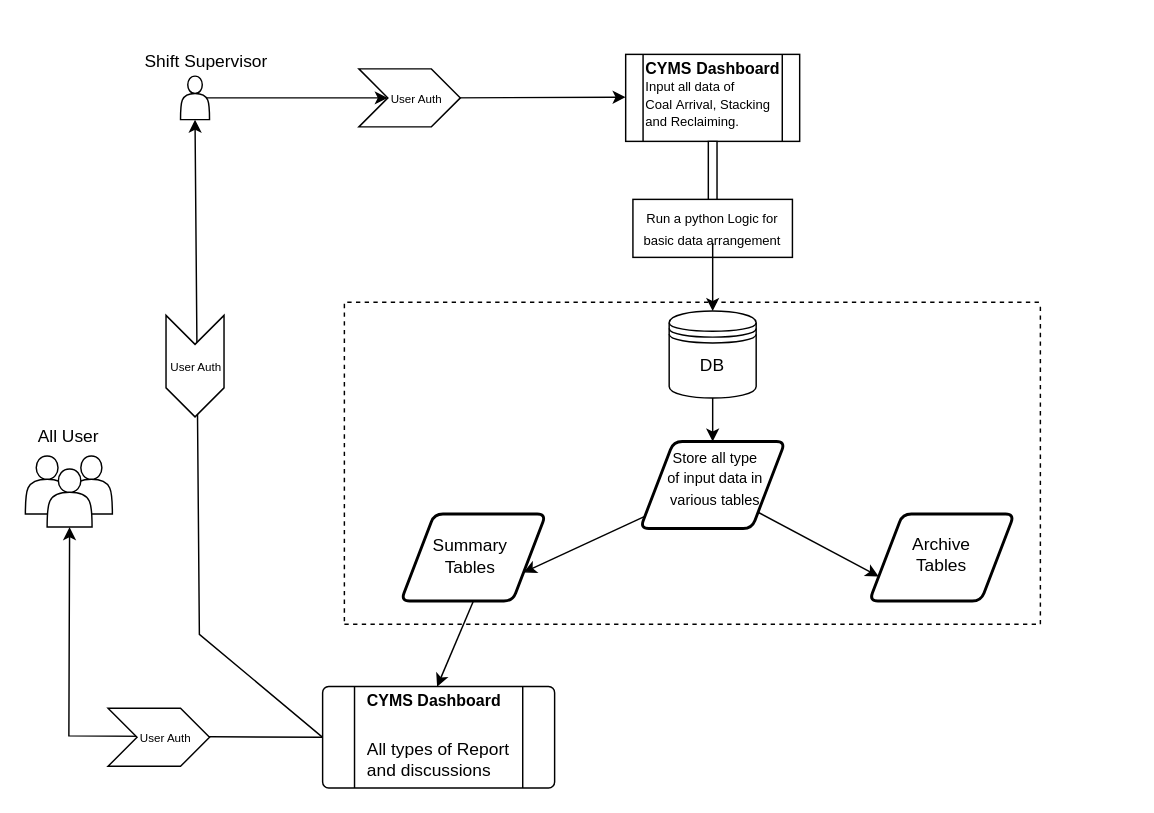
This is Shuvadeep/Work-flow.drawio from Business-Brio/GMR, a draw.io file, before an edit. Source tidied: cells renumbered, new cells numbered last; positions are measured from the earlier drawing's top-left corner, leaving out a move shared by most shapes. Both pictures are drawn from the tidied source at 145%, with x=0, y=0 at pixel (25, 25).
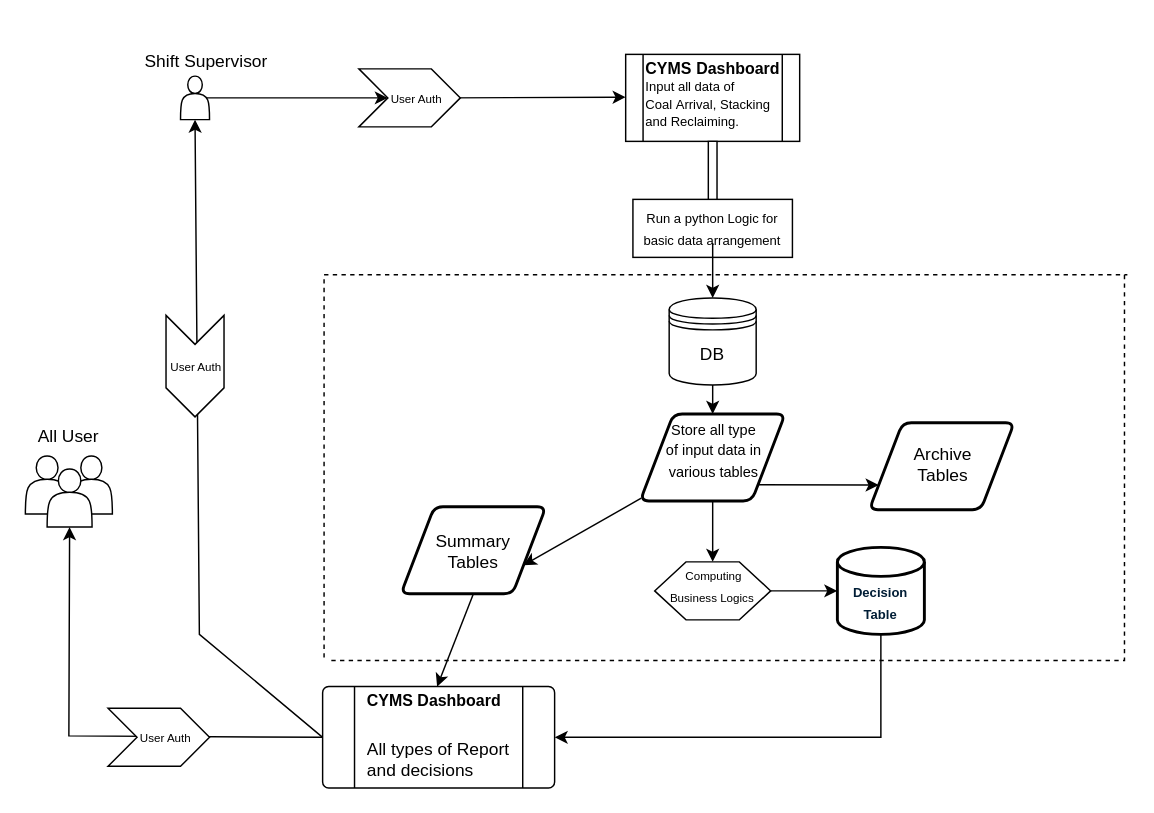
The same page after the edit.

The change refers to these unchanged cells:
```xml
<mxCell id="24" style="verticalLabelPosition=bottom;verticalAlign=top;html=1;shape=process;whiteSpace=wrap;rounded=1;size=0.14;arcSize=6;" parent="1" vertex="1">
  <mxGeometry x="205" y="456" width="160" height="70" as="geometry" />
</mxCell>
```

Diff of the diagram source:
```diff
@@
     <mxCell id="6" style="shape=datastore;whiteSpace=wrap;html=1;" parent="1" vertex="1">
-      <mxGeometry x="444" y="197" width="60" height="60" as="geometry" />
+      <mxGeometry x="444" y="188" width="60" height="60" as="geometry" />
     </mxCell>
@@
     <mxCell id="14" value="DB" style="text;html=1;align=center;verticalAlign=middle;whiteSpace=wrap;rounded=0;" parent="1" vertex="1">
-      <mxGeometry x="444" y="220" width="60" height="30" as="geometry" />
+      <mxGeometry x="444" y="212" width="60" height="30" as="geometry" />
     </mxCell>
     <mxCell id="15" style="shape=parallelogram;html=1;strokeWidth=2;perimeter=parallelogramPerimeter;whiteSpace=wrap;rounded=1;arcSize=12;size=0.23;" parent="1" vertex="1">
-      <mxGeometry x="259" y="337" width="100" height="60" as="geometry" />
+      <mxGeometry x="259" y="332" width="100" height="60" as="geometry" />
     </mxCell>
     <mxCell id="16" style="shape=parallelogram;html=1;strokeWidth=2;perimeter=parallelogramPerimeter;whiteSpace=wrap;rounded=1;arcSize=12;size=0.23;" parent="1" vertex="1">
-      <mxGeometry x="424" y="287" width="100" height="60" as="geometry" />
+      <mxGeometry x="424" y="268" width="100" height="60" as="geometry" />
     </mxCell>
     <mxCell id="17" style="shape=parallelogram;html=1;strokeWidth=2;perimeter=parallelogramPerimeter;whiteSpace=wrap;rounded=1;arcSize=12;size=0.23;" parent="1" vertex="1">
-      <mxGeometry x="582" y="337" width="100" height="60" as="geometry" />
+      <mxGeometry x="582" y="274" width="100" height="60" as="geometry" />
     </mxCell>
     <mxCell id="18" value="Summary Tables" style="text;html=1;align=center;verticalAlign=middle;whiteSpace=wrap;rounded=0;" parent="1" vertex="1">
-      <mxGeometry x="277" y="351" width="60" height="30" as="geometry" />
+      <mxGeometry x="279" y="348" width="60" height="30" as="geometry" />
     </mxCell>
@@
+    <mxCell id="40" style="edgeStyle=orthogonalEdgeStyle;rounded=0;jettySize=auto;html=1;exitX=0.5;exitY=1;exitDx=0;exitDy=0;" parent="1" edge="1" source="16" target="43">
+      <mxGeometry relative="1" as="geometry" />
+    </mxCell>
     <mxCell id="20" value="&lt;font style=&quot;font-size: 10px;&quot;&gt;Store all type of input data in various tables&lt;/font&gt;" style="text;html=1;align=center;verticalAlign=middle;whiteSpace=wrap;rounded=0;" parent="1" vertex="1">
-      <mxGeometry x="441" y="287" width="70" height="50" as="geometry" />
+      <mxGeometry x="440" y="268" width="70" height="50" as="geometry" />
     </mxCell>
@@
     <mxCell id="23" value="Archive Tables" style="text;html=1;align=center;verticalAlign=middle;whiteSpace=wrap;rounded=0;" parent="1" vertex="1">
-      <mxGeometry x="602" y="350" width="60" height="30" as="geometry" />
+      <mxGeometry x="603" y="288" width="60" height="30" as="geometry" />
     </mxCell>
@@
-    <mxCell id="25" value="&lt;h1 style=&quot;margin-top: 0px;&quot;&gt;&lt;font style=&quot;font-size: 11px;&quot;&gt;CYMS Dashboard&lt;/font&gt;&lt;/h1&gt;&lt;p&gt;All types of Report and&amp;nbsp;discussions&amp;nbsp;&lt;/p&gt;" style="text;html=1;whiteSpace=wrap;overflow=hidden;rounded=0;" parent="1" vertex="1">
+    <mxCell id="25" value="&lt;h1 style=&quot;margin-top: 0px;&quot;&gt;&lt;font style=&quot;font-size: 11px;&quot;&gt;CYMS Dashboard&lt;/font&gt;&lt;/h1&gt;&lt;p&gt;All types of Report and decisions&lt;/p&gt;" style="text;html=1;whiteSpace=wrap;overflow=hidden;rounded=0;" parent="1" vertex="1">
       <mxGeometry x="234" y="441" width="111" height="80" as="geometry" />
     </mxCell>
@@
     <mxCell id="38" style="endArrow=none;dashed=1;html=1;rounded=0;" parent="1" edge="1">
       <mxGeometry relative="1" as="geometry">
-        <mxPoint x="220" y="411" as="sourcePoint" />
-        <mxPoint x="700" y="191" as="targetPoint" />
+        <mxPoint x="206" y="436" as="sourcePoint" />
+        <mxPoint x="760" y="172" as="targetPoint" />
         <Array as="points">
-          <mxPoint x="220" y="191" />
+          <mxPoint x="206" y="172" />
         </Array>
       </mxGeometry>
     </mxCell>
     <mxCell id="39" style="endArrow=none;dashed=1;html=1;rounded=0;" parent="1" edge="1">
       <mxGeometry relative="1" as="geometry">
-        <mxPoint x="220" y="413" as="sourcePoint" />
-        <mxPoint x="700" y="193" as="targetPoint" />
+        <mxPoint x="211" y="438" as="sourcePoint" />
+        <mxPoint x="758" y="171" as="targetPoint" />
         <Array as="points">
-          <mxPoint x="700" y="413" />
+          <mxPoint x="758" y="438" />
         </Array>
       </mxGeometry>
     </mxCell>
+    <mxCell id="41" style="strokeWidth=2;html=1;shape=mxgraph.flowchart.database;whiteSpace=wrap;" parent="1" vertex="1">
+      <mxGeometry x="560" y="360" width="60" height="60" as="geometry" />
+    </mxCell>
+    <mxCell id="42" style="edgeStyle=orthogonalEdgeStyle;rounded=0;jettySize=auto;html=1;" parent="1" edge="1" source="43" target="41">
+      <mxGeometry relative="1" as="geometry" />
+    </mxCell>
+    <mxCell id="43" style="verticalLabelPosition=bottom;verticalAlign=top;html=1;shape=hexagon;perimeter=hexagonPerimeter2;arcSize=6;size=0.27;" parent="1" vertex="1">
+      <mxGeometry x="434" y="370" width="80" height="40" as="geometry" />
+    </mxCell>
+    <mxCell id="44" value="&lt;font style=&quot;font-size: 8px;&quot;&gt;Computing Business Logics&amp;nbsp;&lt;/font&gt;" style="text;html=1;align=center;verticalAlign=middle;whiteSpace=wrap;rounded=0;" parent="1" vertex="1">
+      <mxGeometry x="442" y="375" width="66" height="21.5" as="geometry" />
+    </mxCell>
+    <mxCell id="45" value="&lt;span style=&quot;color: rgb(0, 29, 53); font-family: &amp;quot;Google Sans&amp;quot;, Arial, sans-serif; text-align: start; background-color: rgb(255, 255, 255);&quot;&gt;&lt;font style=&quot;font-size: 9px;&quot;&gt;&lt;b&gt;Decision Table&lt;/b&gt;&lt;/font&gt;&lt;/span&gt;" style="text;html=1;align=center;verticalAlign=middle;whiteSpace=wrap;rounded=0;" parent="1" vertex="1">
+      <mxGeometry x="560" y="383" width="60" height="30" as="geometry" />
+    </mxCell>
+    <mxCell id="46" style="endArrow=classic;html=1;rounded=0;exitX=0.5;exitY=1;exitDx=0;exitDy=0;exitPerimeter=0;entryX=1;entryY=0.5;entryDx=0;entryDy=0;" parent="1" edge="1" source="41" target="24">
+      <mxGeometry relative="1" as="geometry">
+        <Array as="points">
+          <mxPoint x="590" y="491" />
+        </Array>
+      </mxGeometry>
+    </mxCell>
```
